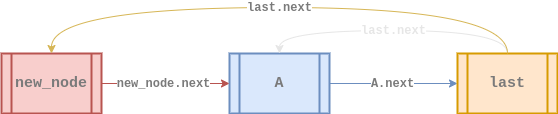
Above: assets/data-structure/linked-list/cll-singly-insert_at2.png in euisblue/vue-blog (draw.io), before the change. Source tidied: cells renumbered, new cells last; positions are measured from the earlier drawing's top-left corner, leaving out a move shared by most shapes.
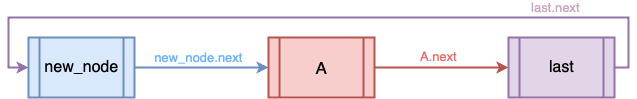
Above is the later version.

The edit, as a diff of the source:
```diff
@@ -2,36 +2,35 @@
   <root>
     <mxCell id="0" />
     <mxCell id="1" parent="0" />
-    <mxCell id="2" value="&lt;b style=&quot;font-size: 11px; letter-spacing: normal; text-align: center; text-indent: 0px; text-transform: none; word-spacing: 0px; font-family: &amp;quot;courier new&amp;quot;;&quot;&gt;&lt;font style=&quot;font-size: 12px&quot; color=&quot;#7a7a7a&quot;&gt;A.next&lt;/font&gt;&lt;/b&gt;" style="edgeStyle=orthogonalEdgeStyle;curved=1;rounded=0;sketch=0;jettySize=auto;html=1;exitX=1;exitY=0.5;exitDx=0;exitDy=0;entryX=0;entryY=0.5;entryDx=0;entryDy=0;strokeColor=#6c8ebf;strokeWidth=1;fillColor=#dae8fc;fontStyle=0;" parent="1" edge="1" source="3" target="5">
-      <mxGeometry x="-0.01" relative="1" as="geometry" />
+    <mxCell id="2" value="&lt;font color=&quot;#66b2ff&quot; style=&quot;font-size: 13px&quot;&gt;new_node.next&lt;/font&gt;" style="edgeStyle=orthogonalEdgeStyle;rounded=0;jettySize=auto;html=1;exitX=1;exitY=0.5;exitDx=0;exitDy=0;entryX=0;entryY=0.5;entryDx=0;entryDy=0;fillColor=#dae8fc;strokeColor=#6c8ebf;strokeWidth=2;labelBackgroundColor=none;labelBorderColor=none;fontFamily=Helvetica;" parent="1" edge="1" source="3" target="5">
+      <mxGeometry x="-0.04" y="10" relative="1" as="geometry" />
     </mxCell>
-    <mxCell id="3" value="&lt;div&gt;&lt;font color=&quot;#7a7a7a&quot; face=&quot;courier new&quot; style=&quot;font-size: 15px&quot;&gt;A&lt;/font&gt;&lt;/div&gt;" style="shape=process;whiteSpace=wrap;html=1;backgroundOutline=1;fillColor=#dae8fc;strokeColor=#6c8ebf;gradientDirection=east;strokeWidth=2;shadow=0;glass=0;align=center;sketch=0;fontStyle=1;" parent="1" vertex="1">
-      <mxGeometry x="228" y="46" width="100" height="60" as="geometry" />
+    <mxCell id="3" value="&lt;font&gt;&lt;font style=&quot;font-size: 16px&quot;&gt;new_node&lt;/font&gt;&lt;br&gt;&lt;/font&gt;" style="shape=process;whiteSpace=wrap;html=1;backgroundOutline=1;strokeWidth=2;fillColor=#dae8fc;strokeColor=#6c8ebf;fontStyle=0;fontFamily=Helvetica;fontSize=14;labelBackgroundColor=none;labelBorderColor=none;" parent="1" vertex="1">
+      <mxGeometry x="26" y="173" width="106" height="60" as="geometry" />
     </mxCell>
-    <mxCell id="4" value="&lt;font face=&quot;courier new&quot; color=&quot;#e6e6e6&quot;&gt;&lt;span style=&quot;font-size: 12px&quot;&gt;&lt;b&gt;last.next&lt;/b&gt;&lt;/span&gt;&lt;/font&gt;" style="edgeStyle=orthogonalEdgeStyle;curved=1;rounded=0;sketch=0;jettySize=auto;html=1;exitX=0.5;exitY=0;exitDx=0;exitDy=0;entryX=0.5;entryY=0;entryDx=0;entryDy=0;strokeWidth=1;fillColor=#fff2cc;fontStyle=0;strokeColor=#E6E6E6;" parent="1" edge="1" source="5" target="3">
-      <mxGeometry relative="1" as="geometry">
+    <mxCell id="4" value="&lt;font color=&quot;#ea6b66&quot; style=&quot;font-size: 13px ; line-height: 95%&quot;&gt;A.next&lt;/font&gt;" style="edgeStyle=orthogonalEdgeStyle;rounded=0;jettySize=auto;html=1;exitX=1;exitY=0.5;exitDx=0;exitDy=0;entryX=0;entryY=0.5;entryDx=0;entryDy=0;fillColor=#f8cecc;strokeColor=#b85450;strokeWidth=2;labelBackgroundColor=none;labelBorderColor=none;fontFamily=Helvetica;align=center;" parent="1" edge="1" source="5" target="7">
+      <mxGeometry x="-0.04" y="10" relative="1" as="geometry">
         <Array as="points">
-          <mxPoint x="506" y="23" />
-          <mxPoint x="278" y="23" />
+          <mxPoint x="426" y="203" />
+          <mxPoint x="426" y="203" />
         </Array>
       </mxGeometry>
     </mxCell>
-    <mxCell id="5" value="&lt;div&gt;&lt;font color=&quot;#7a7a7a&quot; face=&quot;courier new&quot;&gt;&lt;span style=&quot;font-size: 15px&quot;&gt;&lt;b&gt;last&lt;/b&gt;&lt;/span&gt;&lt;/font&gt;&lt;/div&gt;" style="shape=process;whiteSpace=wrap;html=1;backgroundOutline=1;fillColor=#ffe6cc;strokeColor=#d79b00;gradientDirection=east;strokeWidth=2;shadow=0;glass=0;align=center;sketch=0;fontStyle=0;" parent="1" vertex="1">
-      <mxGeometry x="456" y="46" width="100" height="60" as="geometry" />
+    <mxCell id="5" value="&lt;font&gt;&lt;font style=&quot;font-size: 17px&quot;&gt;A&lt;/font&gt;&lt;br&gt;&lt;/font&gt;" style="shape=process;whiteSpace=wrap;html=1;backgroundOutline=1;strokeWidth=2;fillColor=#f8cecc;strokeColor=#b85450;fontStyle=0;fontFamily=Helvetica;fontSize=14;labelBackgroundColor=none;labelBorderColor=none;" parent="1" vertex="1">
+      <mxGeometry x="266" y="173" width="106" height="60" as="geometry" />
     </mxCell>
-    <mxCell id="6" value="&lt;b style=&quot;color: rgb(122 , 122 , 122) ; font-family: &amp;#34;courier new&amp;#34; ; font-size: 12px ; font-style: normal ; letter-spacing: normal ; text-align: center ; text-indent: 0px ; text-transform: none ; word-spacing: 0px ; background-color: rgb(255 , 255 , 255)&quot;&gt;new_node.next&lt;/b&gt;" style="edgeStyle=none;rounded=0;sketch=0;jettySize=auto;html=1;exitX=1;exitY=0.5;exitDx=0;exitDy=0;entryX=0;entryY=0.5;entryDx=0;entryDy=0;strokeColor=#b85450;strokeWidth=1;fillColor=#f8cecc;" parent="1" edge="1" source="7" target="3">
-      <mxGeometry x="-0.03" relative="1" as="geometry" />
+    <mxCell id="6" value="&lt;span style=&quot;color: rgb(205 , 162 , 190) ; font-family: &amp;quot;helvetica&amp;quot; ; font-size: 13px ; font-style: normal ; font-weight: normal ; letter-spacing: normal ; text-align: center ; text-indent: 0px ; text-transform: none ; word-spacing: 0px ; text-decoration: none ; display: inline ; float: none&quot;&gt;last.next&lt;/span&gt;" style="edgeStyle=orthogonalEdgeStyle;rounded=0;jettySize=auto;html=1;exitX=1;exitY=0.5;exitDx=0;exitDy=0;labelBackgroundColor=none;strokeWidth=2;fontFamily=Helvetica;fontColor=#666666;align=center;fillColor=#e1d5e7;strokeColor=#9673a6;entryX=0;entryY=0.5;entryDx=0;entryDy=0;" parent="1" edge="1" source="7" target="3">
+      <mxGeometry x="-0.63" y="-10" relative="1" as="geometry">
+        <Array as="points">
+          <mxPoint x="626" y="203" />
+          <mxPoint x="626" y="153" />
+          <mxPoint x="6" y="153" />
+          <mxPoint x="6" y="203" />
+        </Array>
+      </mxGeometry>
     </mxCell>
-    <mxCell id="7" value="&lt;b&gt;&lt;font style=&quot;font-size: 15px&quot; face=&quot;Courier New&quot; color=&quot;#7a7a7a&quot;&gt;new_node&lt;br&gt;&lt;/font&gt;&lt;/b&gt;" style="shape=process;whiteSpace=wrap;html=1;backgroundOutline=1;fillColor=#f8cecc;strokeColor=#b85450;gradientDirection=east;strokeWidth=2;shadow=0;glass=0;sketch=0;fontStyle=0;" parent="1" vertex="1">
-      <mxGeometry y="46" width="100" height="60" as="geometry" />
+    <mxCell id="7" value="&lt;font&gt;&lt;font style=&quot;font-size: 16px&quot;&gt;last&lt;/font&gt;&lt;br&gt;&lt;/font&gt;" style="shape=process;whiteSpace=wrap;html=1;backgroundOutline=1;strokeWidth=2;fillColor=#e1d5e7;strokeColor=#9673a6;fontStyle=0;fontFamily=Helvetica;fontSize=14;labelBackgroundColor=none;labelBorderColor=none;" parent="1" vertex="1">
+      <mxGeometry x="506" y="173" width="106" height="60" as="geometry" />
     </mxCell>
-    <mxCell id="8" value="&lt;font face=&quot;courier new&quot; color=&quot;#7a7a7a&quot;&gt;&lt;span style=&quot;font-size: 12px&quot;&gt;&lt;b&gt;last.next&lt;/b&gt;&lt;/span&gt;&lt;/font&gt;" style="edgeStyle=orthogonalEdgeStyle;curved=1;rounded=0;sketch=0;jettySize=auto;html=1;exitX=0.5;exitY=0;exitDx=0;exitDy=0;entryX=0.5;entryY=0;entryDx=0;entryDy=0;strokeWidth=1;fillColor=#fff2cc;fontStyle=0;strokeColor=#d6b656;" parent="1" edge="1" source="5" target="7">
-      <mxGeometry relative="1" as="geometry">
-        <Array as="points">
-          <mxPoint x="506" />
-          <mxPoint x="50" />
-        </Array>
-      </mxGeometry>
-    </mxCell>
   </root>
 </mxGraphModel>
```
